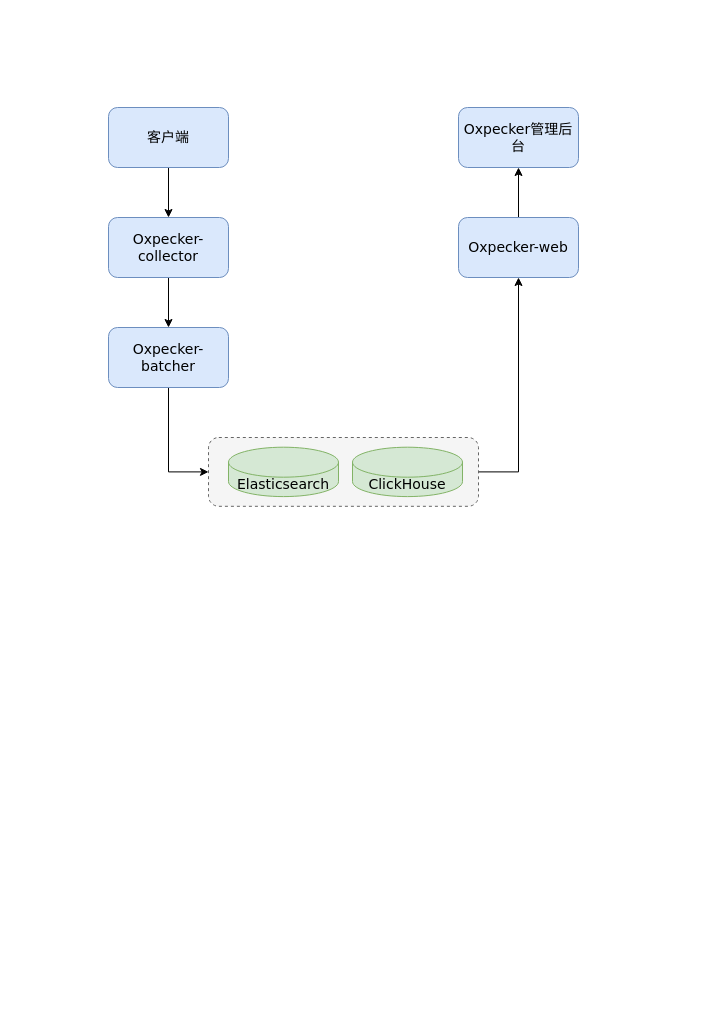
This is page "oxpekcer架构图" (7 of 10) of Untitled Diagram.drawio from maxuewen/draw.io, a draw.io file, before an edit. Source tidied: cells renumbered, new cells numbered last; positions are measured from the earlier drawing's top-left corner, leaving out a move shared by most shapes. Both pictures are drawn from the tidied source at 100%, with x=0, y=0 at pixel (108, 107).
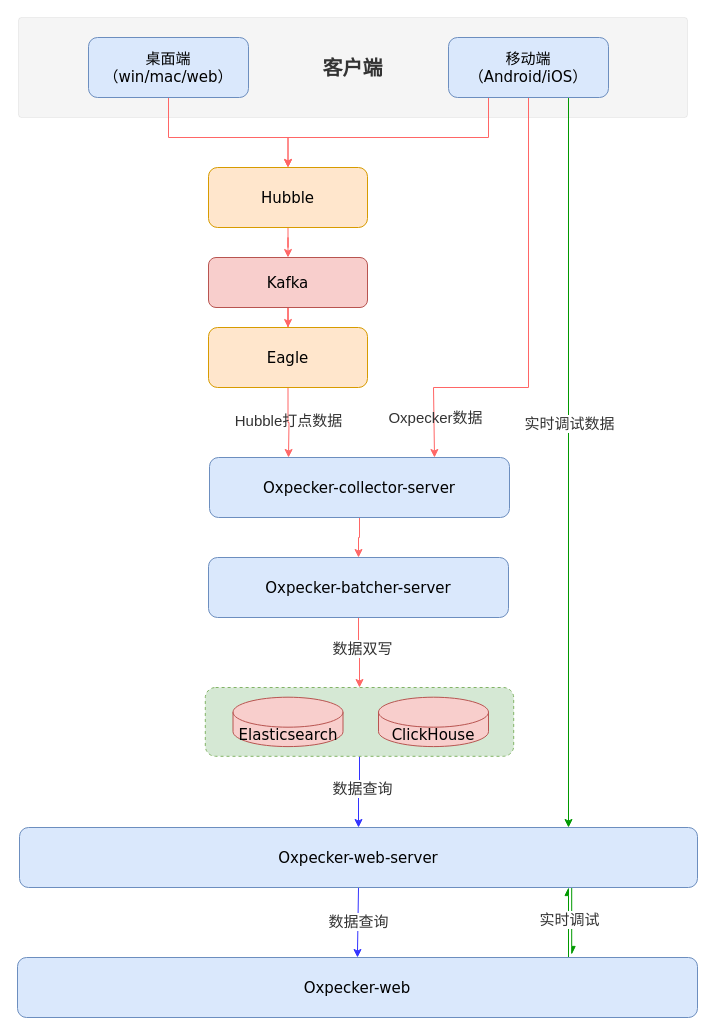
The same diagram, later.

Diff of the diagram source:
```diff
@@
+    <mxCell id="15" value="&lt;font style=&quot;font-size: 20px;&quot;&gt;&lt;b&gt;客户端&lt;/b&gt;&lt;/font&gt;" style="rounded=1;whiteSpace=wrap;html=1;labelBackgroundColor=none;fontFamily=Helvetica;fontSize=15;fontColor=#333333;strokeWidth=0;arcSize=3;fillColor=#f5f5f5;strokeColor=#666666;" parent="1" vertex="1">
+      <mxGeometry x="-90" y="-90" width="669" height="100" as="geometry" />
+    </mxCell>
-    <mxCell id="2" style="edgeStyle=elbowEdgeStyle;rounded=0;jumpStyle=arc;jumpSize=12;jettySize=auto;html=1;exitX=1;exitY=0.5;exitDx=0;exitDy=0;entryX=0.5;entryY=1;entryDx=0;entryDy=0;fontFamily=Verdana;fontSize=14;fontColor=#000000;labelBackgroundColor=none;" parent="1" edge="1" source="3" target="14">
-      <mxGeometry relative="1" as="geometry">
-        <Array as="points">
-          <mxPoint x="410" y="290" />
-        </Array>
-      </mxGeometry>
+    <mxCell id="2" style="edgeStyle=orthogonalEdgeStyle;rounded=0;jumpStyle=none;jumpSize=60;jettySize=auto;html=1;fontFamily=Helvetica;fontSize=20;fontColor=#333333;endArrow=classic;endFill=1;strokeColor=#3333FF;" parent="1" edge="1" source="3" target="14">
+      <mxGeometry relative="1" as="geometry" />
     </mxCell>
+    <mxCell id="16" value="数据查询" style="edgeLabel;html=1;align=center;verticalAlign=middle;fontSize=15;fontFamily=Helvetica;fontColor=#333333;" parent="2" vertex="1">
+      <mxGeometry x="-0.1" y="2" relative="1" as="geometry" />
+    </mxCell>
-    <mxCell id="3" style="rounded=1;whiteSpace=wrap;html=1;labelBackgroundColor=none;fontFamily=Verdana;fontSize=14;fontColor=#333333;strokeWidth=1;dashed=1;imageHeight=10;direction=east;fillColor=#f5f5f5;strokeColor=#666666;" parent="1" vertex="1">
-      <mxGeometry x="100" y="330" width="270" height="68.8" as="geometry" />
+    <mxCell id="3" style="rounded=1;whiteSpace=wrap;html=1;labelBackgroundColor=none;fontFamily=Verdana;fontSize=15;strokeWidth=1;dashed=1;imageHeight=10;direction=east;fillColor=#d5e8d4;strokeColor=#82b366;" parent="1" vertex="1">
+      <mxGeometry x="96.8" y="580" width="308.4" height="68.8" as="geometry" />
     </mxCell>
+    <mxCell id="17" style="edgeStyle=orthogonalEdgeStyle;rounded=0;jumpStyle=none;jumpSize=60;jettySize=auto;html=1;fontFamily=Helvetica;fontSize=15;fontColor=#333333;endArrow=async;endFill=1;strokeColor=#009900;" parent="1" edge="1" source="4">
+      <mxGeometry relative="1" as="geometry">
+        <mxPoint x="460" y="780" as="targetPoint" />
+        <Array as="points">
+          <mxPoint x="460" y="860" />
+          <mxPoint x="460" y="860" />
+        </Array>
+      </mxGeometry>
+    </mxCell>
-    <mxCell id="4" value="Oxpecker管理后台" style="rounded=1;whiteSpace=wrap;html=1;labelBackgroundColor=none;fontFamily=Verdana;fontSize=14;strokeWidth=1;direction=east;fillColor=#dae8fc;strokeColor=#6c8ebf;" parent="1" vertex="1">
-      <mxGeometry x="350" width="120" height="60" as="geometry" />
+    <mxCell id="4" value="Oxpecker-web" style="rounded=1;whiteSpace=wrap;html=1;labelBackgroundColor=none;fontFamily=Verdana;fontSize=15;strokeWidth=1;direction=east;fillColor=#dae8fc;strokeColor=#6c8ebf;" parent="1" vertex="1">
+      <mxGeometry x="-91" y="850" width="680" height="60" as="geometry" />
     </mxCell>
+    <mxCell id="18" style="edgeStyle=orthogonalEdgeStyle;rounded=0;jumpStyle=arc;jumpSize=60;jettySize=auto;html=1;exitX=0.75;exitY=1;exitDx=0;exitDy=0;fontFamily=Helvetica;fontSize=20;fontColor=#333333;endArrow=classic;endFill=1;strokeColor=#009900;" parent="1" edge="1" source="6" target="14">
+      <mxGeometry relative="1" as="geometry">
+        <Array as="points">
+          <mxPoint x="460" y="610" />
+          <mxPoint x="460" y="610" />
+        </Array>
+      </mxGeometry>
+    </mxCell>
+    <mxCell id="19" value="实时调试数据" style="edgeLabel;html=1;align=center;verticalAlign=middle;fontSize=15;fontFamily=Helvetica;fontColor=#333333;" parent="18" vertex="1">
+      <mxGeometry x="-0.11" relative="1" as="geometry" />
+    </mxCell>
+    <mxCell id="20" style="edgeStyle=orthogonalEdgeStyle;rounded=0;jumpStyle=arc;jumpSize=60;jettySize=auto;html=1;exitX=0.25;exitY=1;exitDx=0;exitDy=0;entryX=0.5;entryY=0;entryDx=0;entryDy=0;fontFamily=Helvetica;fontSize=20;fontColor=#333333;endArrow=classic;endFill=1;strokeColor=#FF6666;" parent="1" edge="1" source="6" target="28">
+      <mxGeometry relative="1" as="geometry">
+        <Array as="points">
+          <mxPoint x="380" y="30" />
+          <mxPoint x="180" y="30" />
+        </Array>
+      </mxGeometry>
+    </mxCell>
-    <mxCell id="5" style="edgeStyle=elbowEdgeStyle;rounded=0;jumpStyle=arc;jumpSize=12;jettySize=auto;html=1;fontFamily=Verdana;fontSize=14;fontColor=#000000;entryX=0.5;entryY=0;entryDx=0;entryDy=0;labelBackgroundColor=none;" parent="1" edge="1" source="6" target="8">
-      <mxGeometry relative="1" as="geometry" />
+    <mxCell id="5" style="edgeStyle=orthogonalEdgeStyle;rounded=0;jumpStyle=none;jumpSize=60;jettySize=auto;html=1;entryX=0.75;entryY=0;entryDx=0;entryDy=0;fontFamily=Helvetica;fontSize=20;fontColor=#333333;endArrow=classic;endFill=1;strokeColor=#FF6666;" parent="1" edge="1" source="6" target="8">
+      <mxGeometry relative="1" as="geometry">
+        <Array as="points">
+          <mxPoint x="420" y="280" />
+          <mxPoint x="325" y="280" />
+          <mxPoint x="325" y="350" />
+        </Array>
+      </mxGeometry>
     </mxCell>
+    <mxCell id="21" value="&lt;font style=&quot;font-size: 15px;&quot;&gt;Oxpecker数据&lt;/font&gt;" style="edgeLabel;html=1;align=center;verticalAlign=middle;fontSize=20;fontFamily=Helvetica;fontColor=#333333;labelBackgroundColor=none;" parent="5" vertex="1">
+      <mxGeometry x="0.81" y="1" relative="1" as="geometry">
+        <mxPoint y="1" as="offset" />
+      </mxGeometry>
+    </mxCell>
-    <mxCell id="6" value="客户端" style="rounded=1;whiteSpace=wrap;html=1;labelBackgroundColor=none;fontFamily=Verdana;fontSize=14;strokeWidth=1;direction=east;fillColor=#dae8fc;strokeColor=#6c8ebf;" parent="1" vertex="1">
-      <mxGeometry width="120" height="60" as="geometry" />
+    <mxCell id="6" value="移动端&lt;br&gt;（Android/iOS）" style="rounded=1;whiteSpace=wrap;html=1;labelBackgroundColor=none;fontFamily=Verdana;fontSize=15;strokeWidth=1;direction=east;fillColor=#dae8fc;strokeColor=#6c8ebf;" parent="1" vertex="1">
+      <mxGeometry x="340" y="-70" width="160" height="60" as="geometry" />
     </mxCell>
-    <mxCell id="7" style="edgeStyle=elbowEdgeStyle;rounded=0;jumpStyle=arc;jumpSize=12;jettySize=auto;html=1;fontFamily=Verdana;fontSize=14;fontColor=#000000;entryX=0.5;entryY=0;entryDx=0;entryDy=0;labelBackgroundColor=none;" parent="1" edge="1" source="8" target="10">
+    <mxCell id="7" style="edgeStyle=orthogonalEdgeStyle;rounded=0;jumpStyle=none;jumpSize=60;jettySize=auto;html=1;entryX=0.5;entryY=0;entryDx=0;entryDy=0;fontFamily=Helvetica;fontSize=20;fontColor=#333333;endArrow=classic;endFill=1;strokeColor=#FF6666;" parent="1" edge="1" source="8" target="10">
       <mxGeometry relative="1" as="geometry" />
     </mxCell>
-    <mxCell id="8" value="Oxpecker-collector" style="rounded=1;whiteSpace=wrap;html=1;labelBackgroundColor=none;fontFamily=Verdana;fontSize=14;strokeWidth=1;direction=east;fillColor=#dae8fc;strokeColor=#6c8ebf;" parent="1" vertex="1">
-      <mxGeometry y="110" width="120" height="60" as="geometry" />
+    <mxCell id="8" value="Oxpecker-collector-server" style="rounded=1;whiteSpace=wrap;html=1;labelBackgroundColor=none;fontFamily=Verdana;fontSize=15;strokeWidth=1;direction=east;fillColor=#dae8fc;strokeColor=#6c8ebf;" parent="1" vertex="1">
+      <mxGeometry x="101" y="350" width="300" height="60" as="geometry" />
     </mxCell>
-    <mxCell id="9" style="edgeStyle=elbowEdgeStyle;rounded=0;jumpStyle=arc;jumpSize=12;jettySize=auto;html=1;entryX=0;entryY=0.5;entryDx=0;entryDy=0;fontFamily=Verdana;fontSize=14;fontColor=#000000;exitX=0.5;exitY=1;exitDx=0;exitDy=0;labelBackgroundColor=none;" parent="1" edge="1" source="10" target="3">
-      <mxGeometry relative="1" as="geometry">
-        <Array as="points">
-          <mxPoint x="60" y="320" />
-        </Array>
-      </mxGeometry>
+    <mxCell id="9" style="edgeStyle=orthogonalEdgeStyle;rounded=0;jumpStyle=none;jumpSize=60;jettySize=auto;html=1;entryX=0.5;entryY=0;entryDx=0;entryDy=0;fontFamily=Helvetica;fontSize=20;fontColor=#333333;endArrow=classic;endFill=1;strokeColor=#FF6666;" parent="1" edge="1" source="10" target="3">
+      <mxGeometry relative="1" as="geometry" />
     </mxCell>
+    <mxCell id="22" value="数据双写" style="edgeLabel;html=1;align=center;verticalAlign=middle;fontSize=15;fontFamily=Helvetica;fontColor=#333333;" parent="9" vertex="1">
+      <mxGeometry x="-0.16" y="3" relative="1" as="geometry" />
+    </mxCell>
-    <mxCell id="10" value="Oxpecker-batcher" style="rounded=1;whiteSpace=wrap;html=1;labelBackgroundColor=none;fontFamily=Verdana;fontSize=14;strokeWidth=1;direction=east;fillColor=#dae8fc;strokeColor=#6c8ebf;" parent="1" vertex="1">
-      <mxGeometry y="220" width="120" height="60" as="geometry" />
+    <mxCell id="10" value="Oxpecker-batcher-server" style="rounded=1;whiteSpace=wrap;html=1;labelBackgroundColor=none;fontFamily=Verdana;fontSize=15;strokeWidth=1;direction=east;fillColor=#dae8fc;strokeColor=#6c8ebf;" parent="1" vertex="1">
+      <mxGeometry x="100" y="450" width="300" height="60" as="geometry" />
     </mxCell>
-    <mxCell id="11" value="Elasticsearch" style="shape=cylinder3;whiteSpace=wrap;html=1;boundedLbl=1;backgroundOutline=1;size=15;labelBackgroundColor=none;fontFamily=Verdana;fontSize=14;strokeWidth=1;direction=east;fillColor=#d5e8d4;strokeColor=#82b366;" parent="1" vertex="1">
-      <mxGeometry x="120" y="339.7" width="110" height="49.4" as="geometry" />
+    <mxCell id="11" value="Elasticsearch" style="shape=cylinder3;whiteSpace=wrap;html=1;boundedLbl=1;backgroundOutline=1;size=15;labelBackgroundColor=none;fontFamily=Verdana;fontSize=15;strokeWidth=1;direction=east;fillColor=#f8cecc;strokeColor=#b85450;" parent="1" vertex="1">
+      <mxGeometry x="124.5" y="589.7" width="110" height="49.4" as="geometry" />
     </mxCell>
-    <mxCell id="12" value="ClickHouse" style="shape=cylinder3;whiteSpace=wrap;html=1;boundedLbl=1;backgroundOutline=1;size=15;labelBackgroundColor=none;fontFamily=Verdana;fontSize=14;strokeWidth=1;direction=east;fillColor=#d5e8d4;strokeColor=#82b366;" parent="1" vertex="1">
-      <mxGeometry x="244" y="339.7" width="110" height="49.4" as="geometry" />
+    <mxCell id="12" value="ClickHouse" style="shape=cylinder3;whiteSpace=wrap;html=1;boundedLbl=1;backgroundOutline=1;size=15;labelBackgroundColor=none;fontFamily=Verdana;fontSize=15;strokeWidth=1;direction=east;fillColor=#f8cecc;strokeColor=#b85450;" parent="1" vertex="1">
+      <mxGeometry x="270" y="589.7" width="110" height="49.4" as="geometry" />
     </mxCell>
-    <mxCell id="13" style="edgeStyle=elbowEdgeStyle;rounded=0;jumpStyle=arc;jumpSize=12;jettySize=auto;html=1;fontFamily=Verdana;fontSize=14;fontColor=#000000;entryX=0.5;entryY=1;entryDx=0;entryDy=0;labelBackgroundColor=none;" parent="1" edge="1" source="14" target="4">
-      <mxGeometry relative="1" as="geometry" />
-    </mxCell>
+    <mxCell id="23" style="edgeStyle=orthogonalEdgeStyle;rounded=0;jumpStyle=arc;jumpSize=60;jettySize=auto;html=1;entryX=0.5;entryY=0;entryDx=0;entryDy=0;fontFamily=Helvetica;fontSize=20;fontColor=#333333;endArrow=classic;endFill=1;strokeColor=#3333FF;" parent="1" edge="1" source="14" target="4">
+      <mxGeometry relative="1" as="geometry" />
+    </mxCell>
+    <mxCell id="24" value="数据查询" style="edgeLabel;html=1;align=center;verticalAlign=middle;fontSize=15;fontFamily=Helvetica;fontColor=#333333;" parent="23" vertex="1">
+      <mxGeometry x="-0.07" y="-1" relative="1" as="geometry" />
+    </mxCell>
+    <mxCell id="25" style="edgeStyle=orthogonalEdgeStyle;rounded=0;jumpStyle=none;jumpSize=60;jettySize=auto;html=1;exitX=0.5;exitY=1;exitDx=0;exitDy=0;entryX=0.815;entryY=-0.05;entryDx=0;entryDy=0;entryPerimeter=0;fontFamily=Helvetica;fontSize=15;fontColor=#333333;endArrow=async;endFill=1;strokeColor=#009900;" parent="1" edge="1" source="14" target="4">
+      <mxGeometry relative="1" as="geometry">
+        <Array as="points">
+          <mxPoint x="464" y="780" />
+        </Array>
+      </mxGeometry>
+    </mxCell>
+    <mxCell id="26" value="实时调试" style="edgeLabel;html=1;align=center;verticalAlign=middle;fontSize=15;fontFamily=Helvetica;fontColor=#333333;" parent="25" vertex="1">
+      <mxGeometry x="0.64" y="-3" relative="1" as="geometry">
+        <mxPoint y="15" as="offset" />
+      </mxGeometry>
+    </mxCell>
-    <mxCell id="14" value="Oxpecker-web" style="rounded=1;whiteSpace=wrap;html=1;labelBackgroundColor=none;fontFamily=Verdana;fontSize=14;strokeWidth=1;direction=east;fillColor=#dae8fc;strokeColor=#6c8ebf;" parent="1" vertex="1">
-      <mxGeometry x="350" y="110" width="120" height="60" as="geometry" />
+    <mxCell id="14" value="Oxpecker-web-server" style="rounded=1;whiteSpace=wrap;html=1;labelBackgroundColor=none;fontFamily=Verdana;fontSize=15;strokeWidth=1;direction=east;fillColor=#dae8fc;strokeColor=#6c8ebf;" parent="1" vertex="1">
+      <mxGeometry x="-89" y="720" width="678" height="60" as="geometry" />
     </mxCell>
+    <mxCell id="27" style="edgeStyle=orthogonalEdgeStyle;rounded=0;jumpStyle=arc;jumpSize=60;jettySize=auto;html=1;entryX=0.5;entryY=0;entryDx=0;entryDy=0;fontFamily=Helvetica;fontSize=20;fontColor=#333333;endArrow=classic;endFill=1;strokeColor=#FF6666;" parent="1" edge="1" source="28" target="32">
+      <mxGeometry relative="1" as="geometry" />
+    </mxCell>
+    <mxCell id="28" value="Hubble" style="rounded=1;whiteSpace=wrap;html=1;labelBackgroundColor=none;fontFamily=Verdana;fontSize=15;strokeWidth=1;direction=east;fillColor=#ffe6cc;strokeColor=#d79b00;" parent="1" vertex="1">
+      <mxGeometry x="100" y="60" width="159" height="60" as="geometry" />
+    </mxCell>
+    <mxCell id="29" style="edgeStyle=orthogonalEdgeStyle;rounded=0;jumpStyle=arc;jumpSize=60;jettySize=auto;html=1;exitX=0.5;exitY=1;exitDx=0;exitDy=0;entryX=0.5;entryY=0;entryDx=0;entryDy=0;fontFamily=Helvetica;fontSize=20;fontColor=#333333;endArrow=classic;endFill=1;strokeColor=#FF6666;" parent="1" edge="1" source="30" target="28">
+      <mxGeometry relative="1" as="geometry">
+        <Array as="points">
+          <mxPoint x="60" y="30" />
+          <mxPoint x="180" y="30" />
+        </Array>
+      </mxGeometry>
+    </mxCell>
+    <mxCell id="30" value="桌面端&lt;br&gt;（win/mac/web）" style="rounded=1;whiteSpace=wrap;html=1;labelBackgroundColor=none;fontFamily=Verdana;fontSize=15;strokeWidth=1;direction=east;fillColor=#dae8fc;strokeColor=#6c8ebf;" parent="1" vertex="1">
+      <mxGeometry x="-20" y="-70" width="160" height="60" as="geometry" />
+    </mxCell>
+    <mxCell id="31" style="edgeStyle=orthogonalEdgeStyle;rounded=0;jumpStyle=arc;jumpSize=60;jettySize=auto;html=1;entryX=0.5;entryY=0;entryDx=0;entryDy=0;fontFamily=Helvetica;fontSize=20;fontColor=#333333;endArrow=classic;endFill=1;strokeColor=#FF6666;" parent="1" edge="1" source="32" target="35">
+      <mxGeometry relative="1" as="geometry" />
+    </mxCell>
+    <mxCell id="32" value="Kafka" style="rounded=1;whiteSpace=wrap;html=1;labelBackgroundColor=none;fontFamily=Verdana;fontSize=15;strokeWidth=1;direction=east;fillColor=#f8cecc;strokeColor=#b85450;" parent="1" vertex="1">
+      <mxGeometry x="100" y="150" width="159" height="50" as="geometry" />
+    </mxCell>
+    <mxCell id="33" style="edgeStyle=orthogonalEdgeStyle;rounded=0;jumpStyle=none;jumpSize=60;jettySize=auto;html=1;fontFamily=Helvetica;fontSize=20;fontColor=#333333;endArrow=classic;endFill=1;strokeColor=#FF6666;" parent="1" edge="1" source="35">
+      <mxGeometry relative="1" as="geometry">
+        <mxPoint x="180" y="350" as="targetPoint" />
+      </mxGeometry>
+    </mxCell>
+    <mxCell id="34" value="&lt;font style=&quot;font-size: 15px;&quot;&gt;Hubble打点数据&lt;/font&gt;" style="edgeLabel;html=1;align=center;verticalAlign=middle;fontSize=20;fontFamily=Helvetica;fontColor=#333333;labelBackgroundColor=none;" parent="33" vertex="1">
+      <mxGeometry x="-0.31" y="1" relative="1" as="geometry">
+        <mxPoint x="-1" y="6" as="offset" />
+      </mxGeometry>
+    </mxCell>
+    <mxCell id="35" value="Eagle" style="rounded=1;whiteSpace=wrap;html=1;labelBackgroundColor=none;fontFamily=Verdana;fontSize=15;strokeWidth=1;direction=east;fillColor=#ffe6cc;strokeColor=#d79b00;" parent="1" vertex="1">
+      <mxGeometry x="100" y="220" width="159" height="60" as="geometry" />
+    </mxCell>
```
